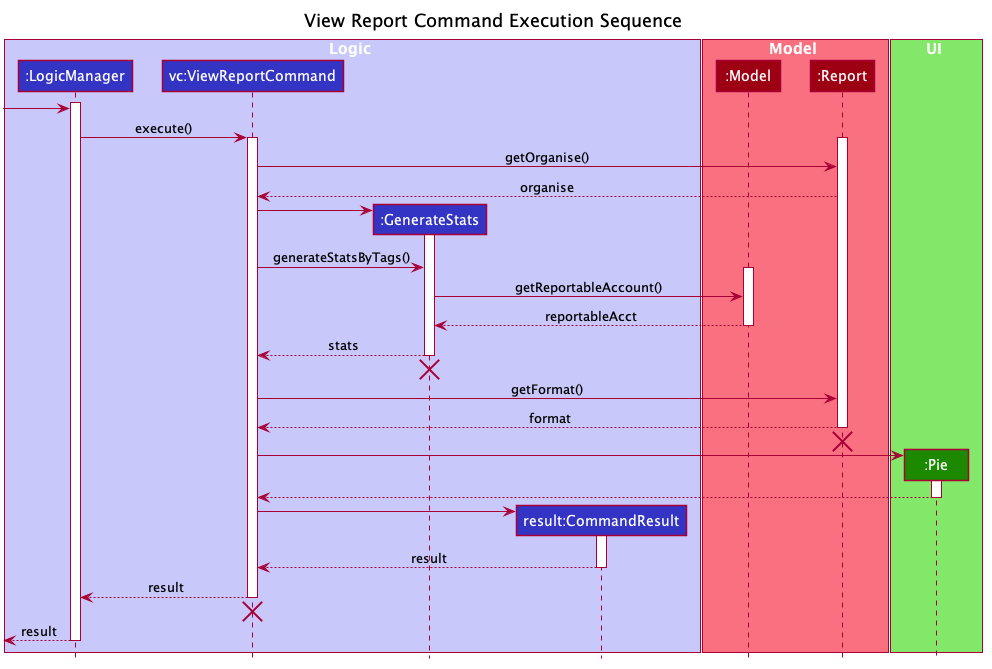
Before: docs/images/ReportViewExecution.png, a diagram exported from PlantUML (zwasd/main).
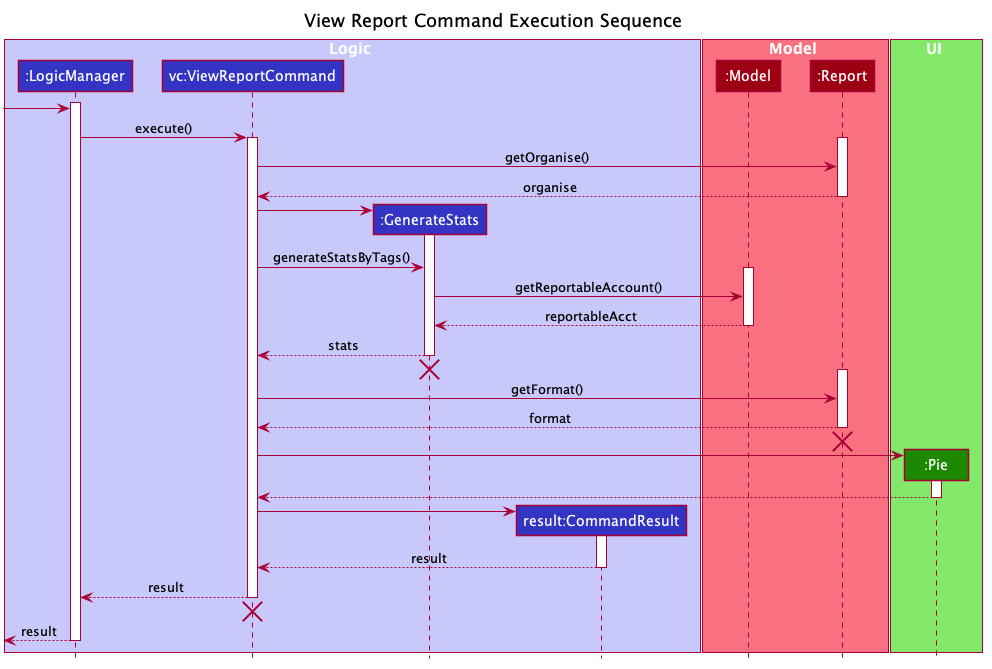
After the change.

What changed in the source:
```diff
@@ -75,6 +75,7 @@
 activate Report
 ViewReportCommand -> Report : getOrganise()
 Report --> ViewReportCommand : organise
+deactivate Report
 create GenerateStats
 ViewReportCommand -> GenerateStats
 activate GenerateStats
@@ -88,6 +89,7 @@
 GenerateStats -[hidden]-> ViewReportCommand
 destroy GenerateStats
 
+activate Report
 ViewReportCommand -> Report : getFormat()
 Report --> ViewReportCommand : format
 deactivate Report
```
